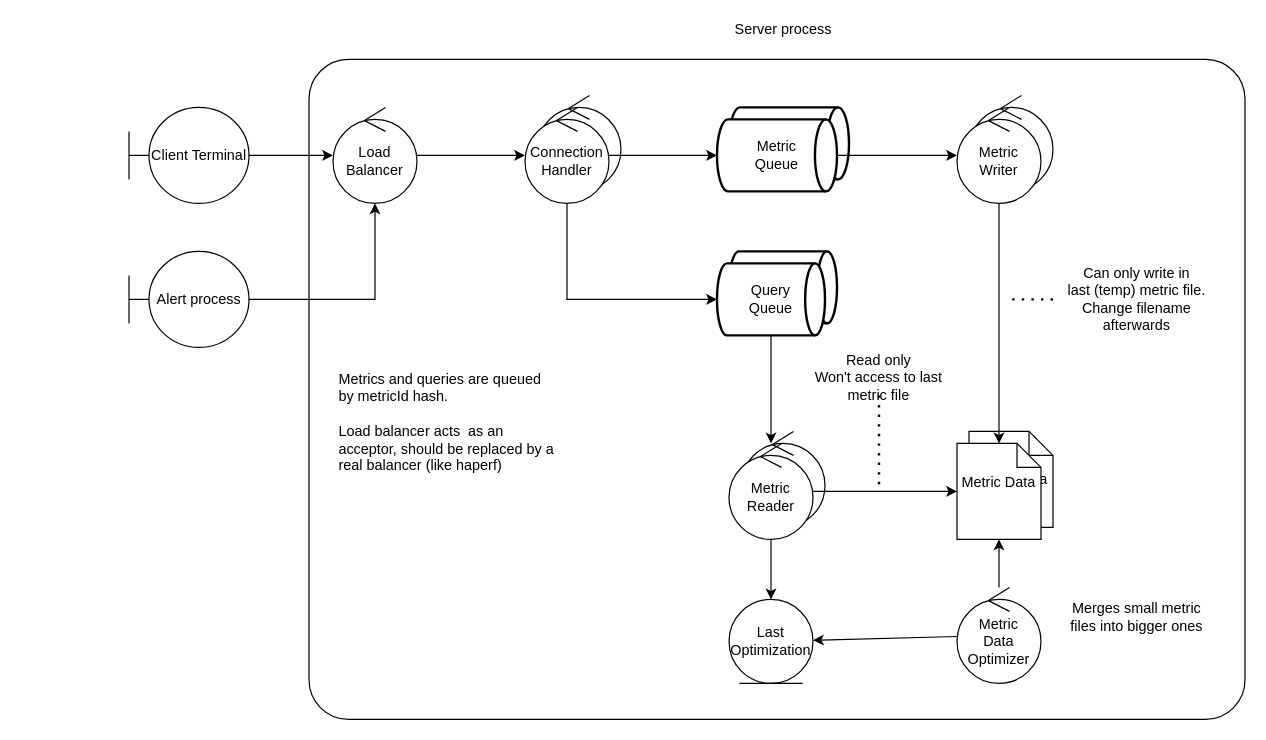
The draw.io diagram informe/TP1-metrics.drawio in mlafroce/metrics-alert-server, before the edit. Source tidied: cells renumbered, new cells numbered last; positions are measured from the earlier drawing's top-left corner, leaving out a move shared by most shapes. Both pictures are drawn from the tidied source at 120%, with x=0, y=0 at pixel (128, 23).
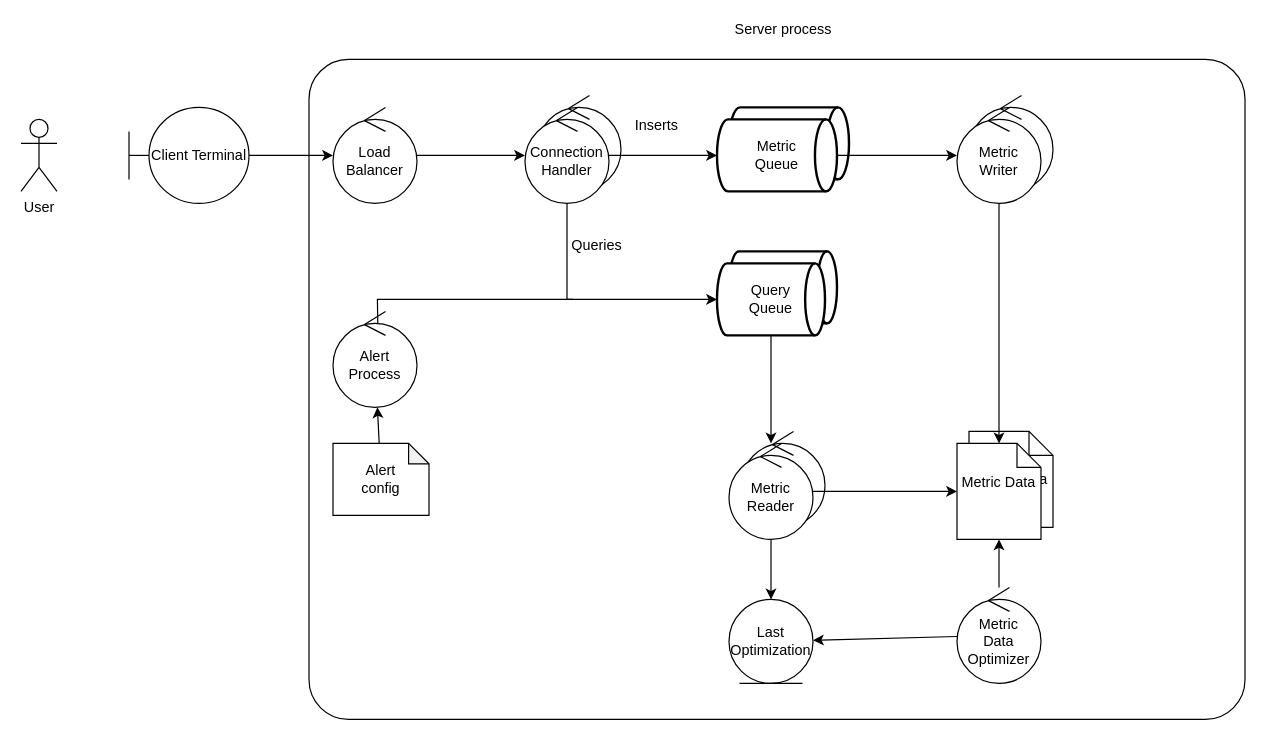
After the change.

Commit message:
Robustness diagram update

Unchanged cells that the change refers to:
```xml
<mxCell id="8" value="Load Balancer" style="ellipse;shape=umlControl;whiteSpace=wrap;html=1;" parent="1" vertex="1">
  <mxGeometry x="170" y="70" width="70" height="80" as="geometry" />
</mxCell>
```

Diff of the diagram source:
```diff
@@
-    <mxCell id="25" style="endArrow=none;dashed=1;html=1;dashPattern=1 3;strokeWidth=2;rounded=0;" parent="1" edge="1" source="26">
-      <mxGeometry relative="1" as="geometry">
-        <mxPoint x="625" y="390" as="targetPoint" />
-      </mxGeometry>
-    </mxCell>
-    <mxCell id="26" value="Read only&lt;br&gt;&lt;div&gt;Won't access to last metric file&lt;/div&gt;" style="text;html=1;strokeColor=none;fillColor=none;align=center;verticalAlign=middle;whiteSpace=wrap;rounded=0;" parent="1" vertex="1">
-      <mxGeometry x="560" y="280" width="130" height="30" as="geometry" />
-    </mxCell>
@@
-    <mxCell id="29" style="endArrow=none;dashed=1;html=1;dashPattern=1 3;strokeWidth=2;rounded=0;" parent="1" edge="1">
-      <mxGeometry relative="1" as="geometry">
-        <mxPoint x="770" y="230" as="sourcePoint" />
-        <mxPoint x="730" y="230" as="targetPoint" />
-      </mxGeometry>
-    </mxCell>
-    <mxCell id="30" value="Can only write in&lt;br&gt;&lt;div&gt;last (temp) metric file.&lt;/div&gt;&lt;div&gt;Change filename afterwards&lt;br&gt;&lt;/div&gt;" style="text;html=1;strokeColor=none;fillColor=none;align=center;verticalAlign=middle;whiteSpace=wrap;rounded=0;" parent="1" vertex="1">
-      <mxGeometry x="770" y="215" width="140" height="30" as="geometry" />
-    </mxCell>
@@
-    <mxCell id="34" value="Alert process" style="shape=umlBoundary;whiteSpace=wrap;html=1;" parent="1" vertex="1">
-      <mxGeometry y="190" width="100" height="80" as="geometry" />
-    </mxCell>
-    <mxCell id="35" style="endArrow=classic;html=1;rounded=0;" parent="1" edge="1" source="34" target="8">
-      <mxGeometry relative="1" as="geometry">
-        <Array as="points">
-          <mxPoint x="205" y="230" />
-        </Array>
-      </mxGeometry>
-    </mxCell>
@@
-    <mxCell id="37" value="&lt;div&gt;Metrics and queries are queued by metricId hash.&lt;/div&gt;&lt;div&gt;&lt;br&gt;&lt;/div&gt;&lt;div&gt;Load balancer acts&amp;nbsp; as an acceptor, should be replaced by a real balancer (like haperf)&lt;br&gt;&lt;/div&gt;" style="text;html=1;strokeColor=none;fillColor=none;spacing=5;spacingTop=-20;whiteSpace=wrap;overflow=hidden;rounded=0;" parent="1" vertex="1">
-      <mxGeometry x="170" y="300" width="190" height="120" as="geometry" />
-    </mxCell>
-    <mxCell id="38" value="Merges small metric files into bigger ones" style="text;html=1;strokeColor=none;fillColor=none;align=center;verticalAlign=middle;whiteSpace=wrap;rounded=0;" parent="1" vertex="1">
-      <mxGeometry x="780" y="480" width="120" height="30" as="geometry" />
-    </mxCell>
+    <mxCell id="39" value="&lt;div&gt;Alert&lt;/div&gt;&lt;div&gt;Process&lt;br&gt;&lt;/div&gt;" style="ellipse;shape=umlControl;whiteSpace=wrap;html=1;" parent="1" vertex="1">
+      <mxGeometry x="170" y="240" width="70" height="80" as="geometry" />
+    </mxCell>
+    <mxCell id="40" value="User" style="shape=umlActor;verticalLabelPosition=bottom;verticalAlign=top;html=1;" parent="1" vertex="1">
+      <mxGeometry x="-90" y="80" width="30" height="60" as="geometry" />
+    </mxCell>
+    <mxCell id="41" style="endArrow=none;html=1;rounded=0;exitX=0.533;exitY=0.12;exitDx=0;exitDy=0;exitPerimeter=0;" parent="1" edge="1" source="39">
+      <mxGeometry relative="1" as="geometry">
+        <mxPoint x="370" y="230" as="targetPoint" />
+        <Array as="points">
+          <mxPoint x="207" y="230" />
+        </Array>
+      </mxGeometry>
+    </mxCell>
+    <mxCell id="42" value="&lt;div&gt;Queries&lt;/div&gt;" style="text;html=1;strokeColor=none;fillColor=none;align=center;verticalAlign=middle;whiteSpace=wrap;rounded=0;" parent="1" vertex="1">
+      <mxGeometry x="360" y="170" width="60" height="30" as="geometry" />
+    </mxCell>
+    <mxCell id="43" value="Inserts" style="text;html=1;strokeColor=none;fillColor=none;align=center;verticalAlign=middle;whiteSpace=wrap;rounded=0;" parent="1" vertex="1">
+      <mxGeometry x="410" y="70" width="60" height="30" as="geometry" />
+    </mxCell>
+    <mxCell id="44" value="&lt;div&gt;Alert&lt;/div&gt;&lt;div&gt;config&lt;br&gt;&lt;/div&gt;" style="shape=note;whiteSpace=wrap;html=1;backgroundOutline=1;darkOpacity=0.05;size=17;" parent="1" vertex="1">
+      <mxGeometry x="170" y="350" width="80" height="60" as="geometry" />
+    </mxCell>
+    <mxCell id="45" style="endArrow=classic;html=1;rounded=0;" parent="1" edge="1" source="44" target="39">
+      <mxGeometry relative="1" as="geometry" />
+    </mxCell>
```
